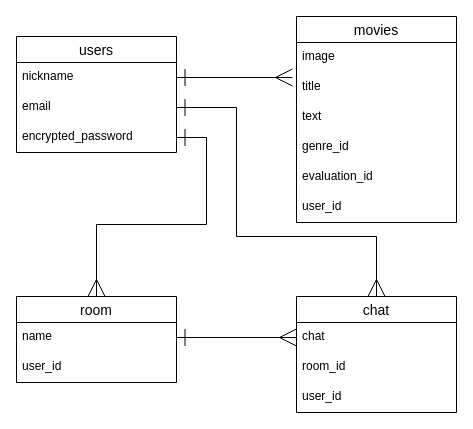
Kinocas/movie-app keeps this draw.io diagram as er.dio. Above is the earlier version. Source tidied: cells renumbered, new cells numbered last; positions are measured from the earlier drawing's top-left corner, leaving out a move shared by most shapes. Both pictures are drawn from the tidied source at 100%, with x=0, y=0 at pixel (16, 16).
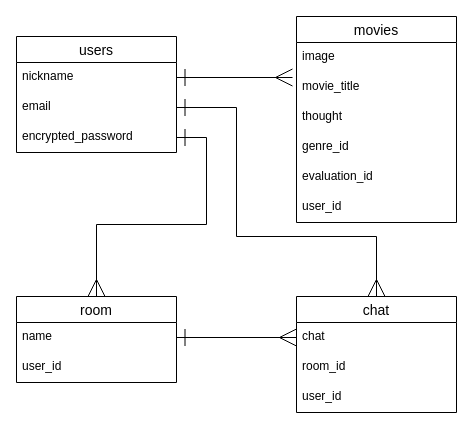
Above is the later version.

Unchanged cells that the change refers to:
```xml
<mxCell id="6" value="movies" style="swimlane;fontStyle=0;horizontal=1;startSize=26;align=center;fontSize=14;" parent="1" vertex="1">
  <mxGeometry x="280" width="160" height="206" as="geometry" />
</mxCell>
```

What changed in the source:
```diff
@@
-    <mxCell id="8" value="title" style="text;strokeColor=none;fillColor=none;spacingLeft=4;spacingRight=4;overflow=hidden;points=[[0,0.5],[1,0.5]];portConstraint=eastwest;fontSize=12;" parent="6" vertex="1">
+    <mxCell id="8" value="movie_title" style="text;strokeColor=none;fillColor=none;spacingLeft=4;spacingRight=4;overflow=hidden;points=[[0,0.5],[1,0.5]];portConstraint=eastwest;fontSize=12;" parent="6" vertex="1">
       <mxGeometry y="56" width="160" height="30" as="geometry" />
     </mxCell>
-    <mxCell id="9" value="text" style="text;strokeColor=none;fillColor=none;spacingLeft=4;spacingRight=4;overflow=hidden;fontSize=12;" parent="6" vertex="1">
+    <mxCell id="9" value="thought" style="text;strokeColor=none;fillColor=none;spacingLeft=4;spacingRight=4;overflow=hidden;fontSize=12;" parent="6" vertex="1">
       <mxGeometry y="86" width="160" height="30" as="geometry" />
     </mxCell>
```
